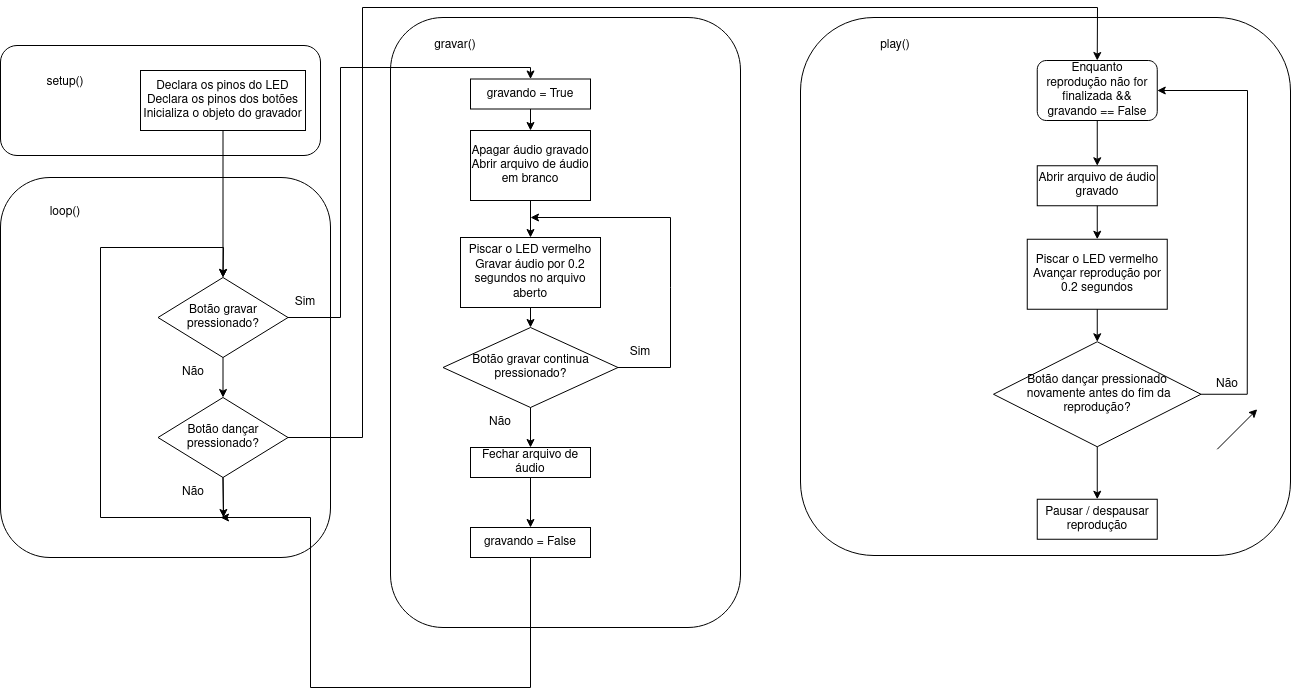
This is projetos/cacto_dancante/images/especificacao_software.png from vm-bertini/ea075-2023.1, a draw.io export, as it was before one commit. Source tidied: cells renumbered, new cells last; positions are measured from the earlier drawing's top-left corner, leaving out a move shared by most shapes.
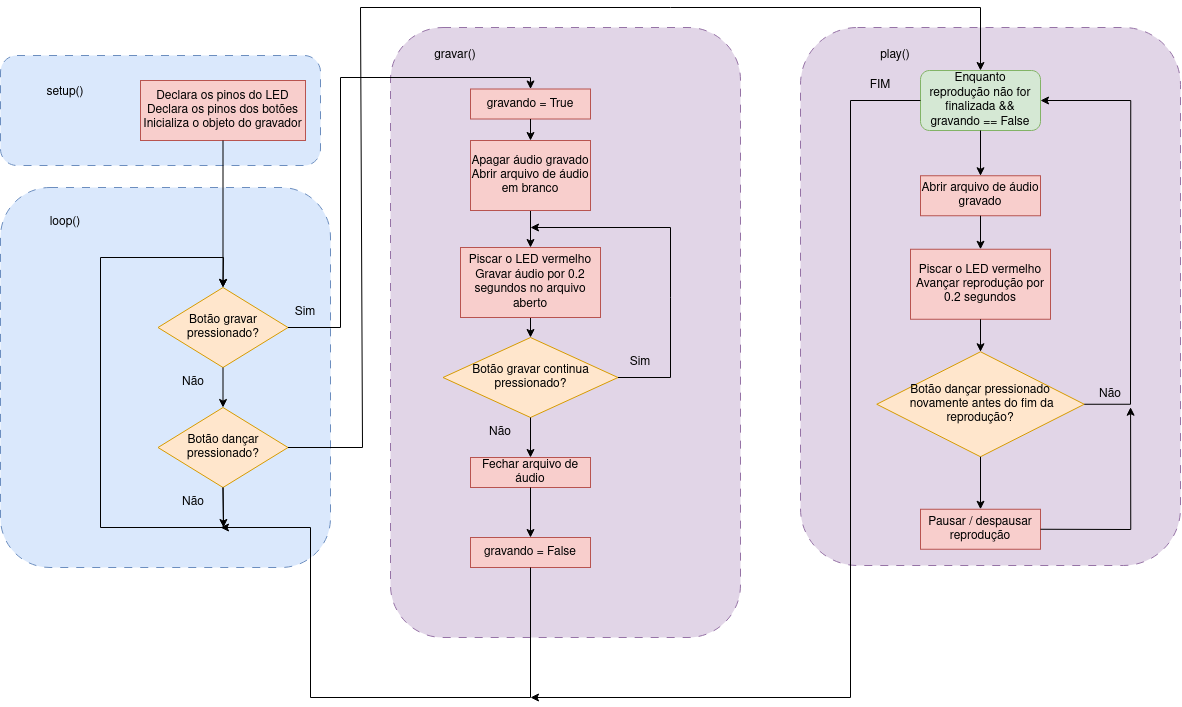
The same diagram one commit later.

Change to the diagram source:
```diff
@@ -2,28 +2,28 @@
   <root>
     <mxCell id="0" />
     <mxCell id="1" parent="0" />
-    <mxCell id="2" style="rounded=1;whiteSpace=wrap;html=1;" parent="1" vertex="1">
+    <mxCell id="2" style="rounded=1;whiteSpace=wrap;html=1;fillColor=#dae8fc;strokeColor=#6c8ebf;dashed=1;dashPattern=8 8;" parent="1" vertex="1">
       <mxGeometry y="170" width="330" height="380" as="geometry" />
     </mxCell>
     <mxCell id="3" value="loop()" style="text;html=1;strokeColor=none;fillColor=none;align=center;verticalAlign=middle;whiteSpace=wrap;rounded=0;" parent="1" vertex="1">
       <mxGeometry x="20" y="190" width="90" height="30" as="geometry" />
     </mxCell>
-    <mxCell id="4" value="Botão gravar pressionado?" style="rhombus;whiteSpace=wrap;html=1;" parent="1" vertex="1">
+    <mxCell id="4" value="Botão gravar pressionado?" style="rhombus;whiteSpace=wrap;html=1;fillColor=#ffe6cc;strokeColor=#d79b00;" parent="1" vertex="1">
       <mxGeometry x="157.5" y="270" width="130" height="80" as="geometry" />
     </mxCell>
-    <mxCell id="5" value="Botão dançar pressionado?" style="rhombus;whiteSpace=wrap;html=1;" parent="1" vertex="1">
+    <mxCell id="5" value="Botão dançar pressionado?" style="rhombus;whiteSpace=wrap;html=1;fillColor=#ffe6cc;strokeColor=#d79b00;" parent="1" vertex="1">
       <mxGeometry x="157.5" y="390" width="130" height="80" as="geometry" />
     </mxCell>
     <mxCell id="6" style="endArrow=classic;html=1;rounded=0;entryX=0.5;entryY=0;entryDx=0;entryDy=0;exitX=0.5;exitY=1;exitDx=0;exitDy=0;" parent="1" edge="1" source="4" target="5">
       <mxGeometry relative="1" as="geometry" />
     </mxCell>
-    <mxCell id="7" style="rounded=1;whiteSpace=wrap;html=1;" parent="1" vertex="1">
+    <mxCell id="7" style="rounded=1;whiteSpace=wrap;html=1;fillColor=#dae8fc;strokeColor=#6c8ebf;dashed=1;dashPattern=8 8;" parent="1" vertex="1">
       <mxGeometry y="38" width="320" height="110" as="geometry" />
     </mxCell>
     <mxCell id="8" value="setup()" style="text;html=1;strokeColor=none;fillColor=none;align=center;verticalAlign=middle;whiteSpace=wrap;rounded=0;" parent="1" vertex="1">
       <mxGeometry x="35" y="60" width="60" height="30" as="geometry" />
     </mxCell>
-    <mxCell id="9" value="Declara os pinos do LED&lt;br&gt;Declara os pinos dos botões&lt;br&gt;Inicializa o objeto do gravador" style="rounded=0;whiteSpace=wrap;html=1;" parent="1" vertex="1">
+    <mxCell id="9" value="Declara os pinos do LED&lt;br&gt;Declara os pinos dos botões&lt;br&gt;Inicializa o objeto do gravador" style="rounded=0;whiteSpace=wrap;html=1;fillColor=#f8cecc;strokeColor=#b85450;" parent="1" vertex="1">
       <mxGeometry x="140" y="63" width="165" height="60" as="geometry" />
     </mxCell>
     <mxCell id="10" style="endArrow=classic;html=1;rounded=0;exitX=0.5;exitY=1;exitDx=0;exitDy=0;entryX=0.5;entryY=0;entryDx=0;entryDy=0;" parent="1" edge="1" source="5" target="4">
@@ -50,10 +50,10 @@
     <mxCell id="14" value="Não" style="text;html=1;strokeColor=none;fillColor=none;align=center;verticalAlign=middle;whiteSpace=wrap;rounded=0;" parent="1" vertex="1">
       <mxGeometry x="163" y="470" width="60" height="30" as="geometry" />
     </mxCell>
-    <mxCell id="15" style="rounded=1;whiteSpace=wrap;html=1;" parent="1" vertex="1">
+    <mxCell id="15" style="rounded=1;whiteSpace=wrap;html=1;fillColor=#e1d5e7;strokeColor=#9673a6;dashed=1;dashPattern=8 8;" parent="1" vertex="1">
       <mxGeometry x="390" y="10" width="350" height="610" as="geometry" />
     </mxCell>
-    <mxCell id="16" value="gravando = True" style="rounded=0;whiteSpace=wrap;html=1;" parent="1" vertex="1">
+    <mxCell id="16" value="gravando = True" style="rounded=0;whiteSpace=wrap;html=1;fillColor=#f8cecc;strokeColor=#b85450;" parent="1" vertex="1">
       <mxGeometry x="470" y="71.5" width="120" height="30" as="geometry" />
     </mxCell>
     <mxCell id="17" style="endArrow=classic;html=1;rounded=0;exitX=1;exitY=0.5;exitDx=0;exitDy=0;entryX=0.5;entryY=0;entryDx=0;entryDy=0;" parent="1" edge="1" source="4" target="16">
@@ -65,19 +65,19 @@
         </Array>
       </mxGeometry>
     </mxCell>
-    <mxCell id="18" value="Fechar arquivo de áudio" style="rounded=0;whiteSpace=wrap;html=1;" parent="1" vertex="1">
+    <mxCell id="18" value="Fechar arquivo de áudio" style="rounded=0;whiteSpace=wrap;html=1;fillColor=#f8cecc;strokeColor=#b85450;" parent="1" vertex="1">
       <mxGeometry x="470" y="440" width="120" height="30" as="geometry" />
     </mxCell>
-    <mxCell id="19" value="gravando = False" style="rounded=0;whiteSpace=wrap;html=1;" parent="1" vertex="1">
+    <mxCell id="19" value="gravando = False" style="rounded=0;whiteSpace=wrap;html=1;fillColor=#f8cecc;strokeColor=#b85450;" parent="1" vertex="1">
       <mxGeometry x="470" y="520" width="120" height="30" as="geometry" />
     </mxCell>
     <mxCell id="20" style="endArrow=classic;html=1;rounded=0;exitX=0.5;exitY=1;exitDx=0;exitDy=0;entryX=0.5;entryY=0;entryDx=0;entryDy=0;" parent="1" edge="1" source="18" target="19">
       <mxGeometry relative="1" as="geometry" />
     </mxCell>
-    <mxCell id="21" style="rounded=1;whiteSpace=wrap;html=1;" parent="1" vertex="1">
-      <mxGeometry x="800" y="10" width="490" height="538" as="geometry" />
+    <mxCell id="21" style="rounded=1;whiteSpace=wrap;html=1;fillColor=#e1d5e7;strokeColor=#9673a6;dashed=1;dashPattern=8 8;" parent="1" vertex="1">
+      <mxGeometry x="800" y="10" width="380" height="538" as="geometry" />
     </mxCell>
-    <mxCell id="22" value="Botão gravar continua pressionado?" style="rhombus;whiteSpace=wrap;html=1;" parent="1" vertex="1">
+    <mxCell id="22" value="Botão gravar continua pressionado?" style="rhombus;whiteSpace=wrap;html=1;fillColor=#ffe6cc;strokeColor=#d79b00;" parent="1" vertex="1">
       <mxGeometry x="442.5" y="320" width="175" height="80" as="geometry" />
     </mxCell>
     <mxCell id="23" style="endArrow=classic;html=1;rounded=0;exitX=0.5;exitY=1;exitDx=0;exitDy=0;entryX=0.5;entryY=0;entryDx=0;entryDy=0;" parent="1" edge="1" source="22" target="18">
@@ -95,7 +95,7 @@
     <mxCell id="27" style="edgeStyle=orthogonalEdgeStyle;rounded=0;jettySize=auto;html=1;exitX=0.5;exitY=1;exitDx=0;exitDy=0;entryX=0.5;entryY=0;entryDx=0;entryDy=0;" parent="1" edge="1" source="28" target="22">
       <mxGeometry relative="1" as="geometry" />
     </mxCell>
-    <mxCell id="28" value="&lt;div&gt;Piscar o LED vermelho&lt;br&gt;&lt;/div&gt;&lt;div&gt;Gravar áudio por 0.2 segundos no arquivo aberto&lt;br&gt;&lt;/div&gt;" style="rounded=0;whiteSpace=wrap;html=1;" parent="1" vertex="1">
+    <mxCell id="28" value="&lt;div&gt;Piscar o LED vermelho&lt;br&gt;&lt;/div&gt;&lt;div&gt;Gravar áudio por 0.2 segundos no arquivo aberto&lt;br&gt;&lt;/div&gt;" style="rounded=0;whiteSpace=wrap;html=1;fillColor=#f8cecc;strokeColor=#b85450;" parent="1" vertex="1">
       <mxGeometry x="460" y="230" width="140" height="70" as="geometry" />
     </mxCell>
     <mxCell id="29" style="endArrow=classic;html=1;rounded=0;exitX=0.5;exitY=1;exitDx=0;exitDy=0;" parent="1" edge="1" source="19">
@@ -124,20 +124,20 @@
     <mxCell id="32" style="endArrow=classic;html=1;rounded=0;exitX=0.5;exitY=1;exitDx=0;exitDy=0;entryX=0.5;entryY=0;entryDx=0;entryDy=0;" parent="1" edge="1" source="16" target="33">
       <mxGeometry relative="1" as="geometry" />
     </mxCell>
-    <mxCell id="33" value="&lt;div&gt;Apagar áudio gravado&lt;/div&gt;&lt;div&gt;Abrir arquivo de áudio em branco&lt;br&gt;&lt;/div&gt;" style="rounded=0;whiteSpace=wrap;html=1;" parent="1" vertex="1">
+    <mxCell id="33" value="&lt;div&gt;Apagar áudio gravado&lt;/div&gt;&lt;div&gt;Abrir arquivo de áudio em branco&lt;br&gt;&lt;/div&gt;" style="rounded=0;whiteSpace=wrap;html=1;fillColor=#f8cecc;strokeColor=#b85450;" parent="1" vertex="1">
       <mxGeometry x="470" y="123" width="120" height="70" as="geometry" />
     </mxCell>
     <mxCell id="34" style="endArrow=classic;html=1;rounded=0;exitX=1;exitY=0.5;exitDx=0;exitDy=0;entryX=0.5;entryY=0;entryDx=0;entryDy=0;" parent="1" edge="1" source="5" target="46">
       <mxGeometry relative="1" as="geometry">
         <Array as="points">
           <mxPoint x="362" y="430" />
-          <mxPoint x="362" />
-          <mxPoint x="1097" />
+          <mxPoint x="360" y="-10" />
+          <mxPoint x="980" y="-10" />
         </Array>
       </mxGeometry>
     </mxCell>
-    <mxCell id="35" value="Abrir arquivo de áudio gravado" style="rounded=0;whiteSpace=wrap;html=1;" parent="1" vertex="1">
-      <mxGeometry x="1036.8" y="158.2" width="120" height="40" as="geometry" />
+    <mxCell id="35" value="Abrir arquivo de áudio gravado" style="rounded=0;whiteSpace=wrap;html=1;fillColor=#f8cecc;strokeColor=#b85450;" parent="1" vertex="1">
+      <mxGeometry x="920" y="158.2" width="120" height="40" as="geometry" />
     </mxCell>
     <mxCell id="36" value="gravar()" style="text;html=1;strokeColor=none;fillColor=none;align=center;verticalAlign=middle;whiteSpace=wrap;rounded=0;" parent="1" vertex="1">
       <mxGeometry x="410" y="23" width="90" height="30" as="geometry" />
@@ -145,11 +145,11 @@
     <mxCell id="37" value="play()" style="text;html=1;strokeColor=none;fillColor=none;align=center;verticalAlign=middle;whiteSpace=wrap;rounded=0;" parent="1" vertex="1">
       <mxGeometry x="850" y="23" width="90" height="30" as="geometry" />
     </mxCell>
-    <mxCell id="38" value="&lt;div&gt;Piscar o LED vermelho&lt;br&gt;&lt;/div&gt;&lt;div&gt;Avançar reprodução por 0.2 segundos&lt;br&gt;&lt;/div&gt;" style="rounded=0;whiteSpace=wrap;html=1;" parent="1" vertex="1">
-      <mxGeometry x="1026.8" y="231.8" width="140" height="70" as="geometry" />
+    <mxCell id="38" value="&lt;div&gt;Piscar o LED vermelho&lt;br&gt;&lt;/div&gt;&lt;div&gt;Avançar reprodução por 0.2 segundos&lt;br&gt;&lt;/div&gt;" style="rounded=0;whiteSpace=wrap;html=1;fillColor=#f8cecc;strokeColor=#b85450;" parent="1" vertex="1">
+      <mxGeometry x="910" y="231.8" width="140" height="70" as="geometry" />
     </mxCell>
-    <mxCell id="39" value="&lt;div&gt;Botão dançar pressionado&lt;/div&gt;&lt;div&gt;&amp;nbsp;novamente antes do fim da reprodução?&lt;/div&gt;" style="rhombus;whiteSpace=wrap;html=1;" parent="1" vertex="1">
-      <mxGeometry x="993" y="334.2" width="207.5" height="105" as="geometry" />
+    <mxCell id="39" value="&lt;div&gt;Botão dançar pressionado&lt;/div&gt;&lt;div&gt;&amp;nbsp;novamente antes do fim da reprodução?&lt;/div&gt;" style="rhombus;whiteSpace=wrap;html=1;fillColor=#ffe6cc;strokeColor=#d79b00;" parent="1" vertex="1">
+      <mxGeometry x="876.2" y="334.2" width="207.5" height="105" as="geometry" />
     </mxCell>
     <mxCell id="40" style="endArrow=classic;html=1;rounded=0;exitX=0.5;exitY=1;exitDx=0;exitDy=0;entryX=0.5;entryY=0;entryDx=0;entryDy=0;" parent="1" edge="1" source="35" target="38">
       <mxGeometry relative="1" as="geometry" />
@@ -159,34 +159,48 @@
     </mxCell>
     <mxCell id="42" style="endArrow=classic;html=1;rounded=0;exitX=0.5;exitY=1;exitDx=0;exitDy=0;entryX=0.5;entryY=0;entryDx=0;entryDy=0;" parent="1" edge="1" source="39">
       <mxGeometry relative="1" as="geometry">
-        <mxPoint x="1096.8" y="491.8" as="targetPoint" />
+        <mxPoint x="980" y="491.8" as="targetPoint" />
       </mxGeometry>
     </mxCell>
     <mxCell id="43" style="endArrow=classic;html=1;rounded=0;exitX=1;exitY=0.5;exitDx=0;exitDy=0;entryX=1;entryY=0.5;entryDx=0;entryDy=0;" parent="1" edge="1" source="39" target="46">
       <mxGeometry relative="1" as="geometry">
         <Array as="points">
-          <mxPoint x="1246.8" y="386.8" />
-          <mxPoint x="1247" y="83" />
+          <mxPoint x="1130" y="386.8" />
+          <mxPoint x="1130.2" y="83" />
         </Array>
       </mxGeometry>
     </mxCell>
     <mxCell id="44" value="Não" style="text;html=1;strokeColor=none;fillColor=none;align=center;verticalAlign=middle;whiteSpace=wrap;rounded=0;" parent="1" vertex="1">
-      <mxGeometry x="1196.8" y="361.8" width="60" height="30" as="geometry" />
+      <mxGeometry x="1080" y="361.8" width="60" height="30" as="geometry" />
     </mxCell>
-    <mxCell id="45" style="endArrow=classic;html=1;rounded=0;" parent="1" edge="1">
-      <mxGeometry relative="1" as="geometry">
-        <mxPoint x="1216.8" y="441.8" as="sourcePoint" />
-        <mxPoint x="1256.8" y="401.8" as="targetPoint" />
-      </mxGeometry>
-    </mxCell>
-    <mxCell id="46" value="&lt;div&gt;Enquanto&lt;/div&gt;&lt;div&gt;reprodução não for finalizada &amp;amp;&amp;amp; gravando == False&lt;br&gt;&lt;/div&gt;" style="rounded=1;whiteSpace=wrap;html=1;" parent="1" vertex="1">
-      <mxGeometry x="1036.8" y="53" width="120" height="60" as="geometry" />
+    <mxCell id="46" value="&lt;div&gt;Enquanto&lt;/div&gt;&lt;div&gt;reprodução não for finalizada &amp;amp;&amp;amp; gravando == False&lt;br&gt;&lt;/div&gt;" style="rounded=1;whiteSpace=wrap;html=1;fillColor=#d5e8d4;strokeColor=#82b366;" parent="1" vertex="1">
+      <mxGeometry x="920" y="53" width="120" height="60" as="geometry" />
     </mxCell>
     <mxCell id="47" style="endArrow=classic;html=1;rounded=0;exitX=0.5;exitY=1;exitDx=0;exitDy=0;entryX=0.5;entryY=0;entryDx=0;entryDy=0;" parent="1" edge="1" source="46" target="35">
       <mxGeometry relative="1" as="geometry" />
     </mxCell>
-    <mxCell id="48" value="Pausar / despausar reprodução" style="rounded=0;whiteSpace=wrap;html=1;" parent="1" vertex="1">
-      <mxGeometry x="1036.8" y="491.8" width="120" height="40" as="geometry" />
+    <mxCell id="48" value="Pausar / despausar reprodução" style="rounded=0;whiteSpace=wrap;html=1;fillColor=#f8cecc;strokeColor=#b85450;" parent="1" vertex="1">
+      <mxGeometry x="920" y="491.8" width="120" height="40" as="geometry" />
     </mxCell>
+    <mxCell id="49" style="endArrow=classic;html=1;rounded=0;exitX=1;exitY=0.5;exitDx=0;exitDy=0;entryX=0.918;entryY=0.743;entryDx=0;entryDy=0;entryPerimeter=0;" parent="1" edge="1" source="48">
+      <mxGeometry relative="1" as="geometry">
+        <mxPoint x="1130.1" y="389.7" as="targetPoint" />
+        <Array as="points">
+          <mxPoint x="1130.2" y="512" />
+        </Array>
+      </mxGeometry>
+    </mxCell>
+    <mxCell id="50" style="endArrow=classic;html=1;rounded=0;exitX=0;exitY=0.5;exitDx=0;exitDy=0;" parent="1" edge="1" source="46">
+      <mxGeometry relative="1" as="geometry">
+        <mxPoint x="530" y="680" as="targetPoint" />
+        <Array as="points">
+          <mxPoint x="850" y="83" />
+          <mxPoint x="850" y="680" />
+        </Array>
+      </mxGeometry>
+    </mxCell>
+    <mxCell id="51" value="FIM" style="text;html=1;strokeColor=none;fillColor=none;align=center;verticalAlign=middle;whiteSpace=wrap;rounded=0;" parent="1" vertex="1">
+      <mxGeometry x="850" y="53" width="60" height="30" as="geometry" />
+    </mxCell>
   </root>
 </mxGraphModel>
```
